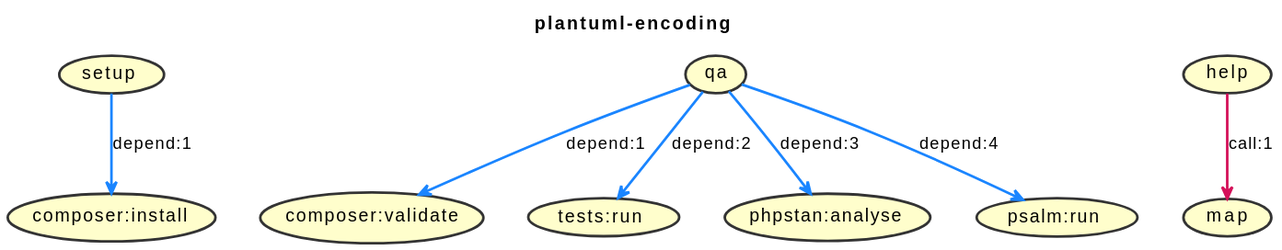
jawira/plantuml-encoding keeps this PlantUML diagram as build.svg. Above is the earlier version. The source it was exported from:
```plantuml
@startuml
title
plantuml-encoding
end title

top to bottom direction

skinparam Shadowing false
skinparam ArrowFontColor Black
skinparam ArrowThickness 2
skinparam UseCaseBackgroundColor #FFFECC
skinparam UseCaseBorderColor #333333
skinparam UseCaseBorderThickness 2
skinparam UseCaseFontColor Black


(setup) -[#1A85FF]-> (composer:install) : depend:1
(qa) -[#1A85FF]-> (composer:validate) : depend:1
(qa) -[#1A85FF]-> (tests:run) : depend:2
(qa) -[#1A85FF]-> (phpstan:analyse) : depend:3
(qa) -[#1A85FF]-> (psalm:run) : depend:4
(help) -[#D41159]-> (map) : call:1
(setup)
(qa)
(composer:install)
(composer:validate)
(phpstan:analyse)
(psalm:run)
(tests:run)
(help)
(map)
@enduml
```
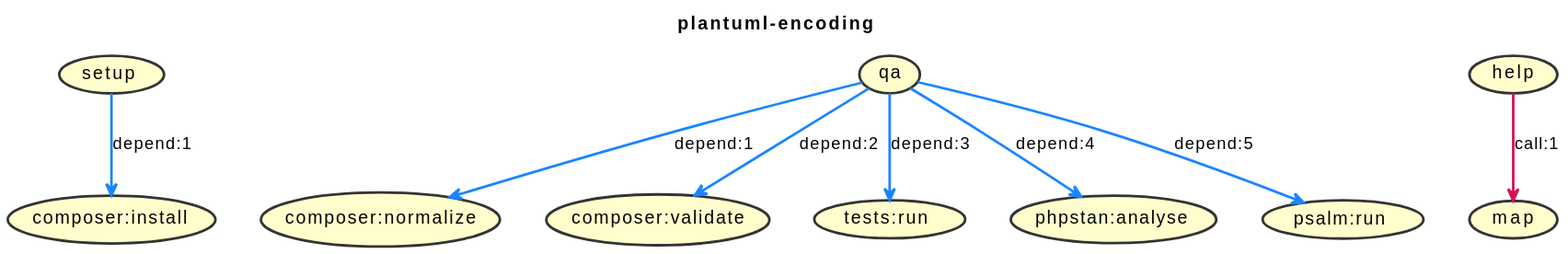
After the change.

Commit message:
Add composer normalize

Change to the diagram source:
```diff
@@ -15,15 +15,17 @@
 
 
 (setup) -[#1A85FF]-> (composer:install) : depend:1
-(qa) -[#1A85FF]-> (composer:validate) : depend:1
-(qa) -[#1A85FF]-> (tests:run) : depend:2
-(qa) -[#1A85FF]-> (phpstan:analyse) : depend:3
-(qa) -[#1A85FF]-> (psalm:run) : depend:4
+(qa) -[#1A85FF]-> (composer:normalize) : depend:1
+(qa) -[#1A85FF]-> (composer:validate) : depend:2
+(qa) -[#1A85FF]-> (tests:run) : depend:3
+(qa) -[#1A85FF]-> (phpstan:analyse) : depend:4
+(qa) -[#1A85FF]-> (psalm:run) : depend:5
 (help) -[#D41159]-> (map) : call:1
 (setup)
 (qa)
 (composer:install)
 (composer:validate)
+(composer:normalize)
 (phpstan:analyse)
 (psalm:run)
 (tests:run)
```
